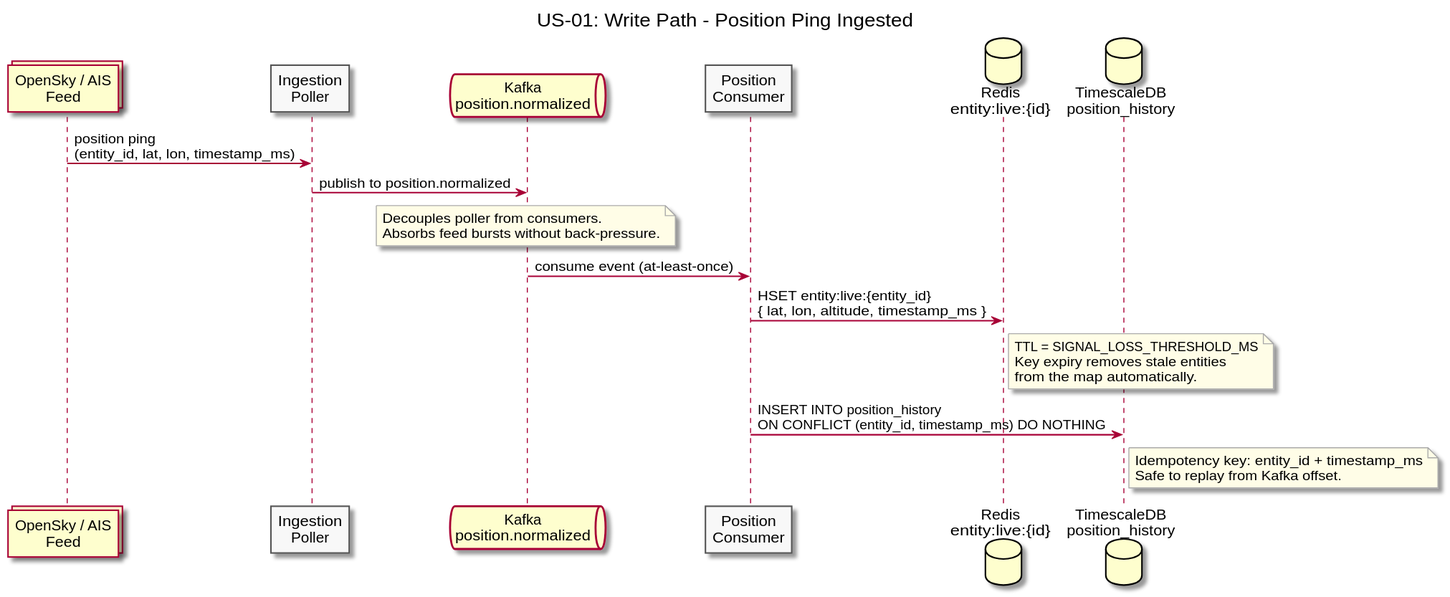
Before: diagrams/docs/use-cases/US-01-live-entity-tracking/write-path.svg, a diagram exported from PlantUML (Buffden/sentinel). The source it was exported from:
```plantuml
@startuml write-path
title US-01: Write Path - Position Ping Ingested

skinparam sequenceArrowThickness 1.5
skinparam participantBorderColor #555555
skinparam participantBackgroundColor #F8F8F8
skinparam noteBorderColor #AAAAAA
skinparam noteBackgroundColor #FFFDE7

collections "OpenSky / AIS\nFeed" as Feed
participant "Ingestion\nPoller" as Poller
queue "Kafka\nposition.normalized" as Kafka
participant "Position\nConsumer" as Consumer
database "Redis\nentity:live:{id}" as Redis
database "TimescaleDB\nposition_history" as TSDB

Feed -> Poller : position ping\n(entity_id, lat, lon, timestamp_ms)
Poller -> Kafka : publish to position.normalized

note over Kafka
  Decouples poller from consumers.
  Absorbs feed bursts without back-pressure.
end note

Kafka -> Consumer : consume event (at-least-once)

Consumer -> Redis : HSET entity:live:{entity_id}\n{ lat, lon, altitude, timestamp_ms }

note right of Redis
  TTL = SIGNAL_LOSS_THRESHOLD_MS
  Key expiry removes stale entities
  from the map automatically.
end note

Consumer -> TSDB : INSERT INTO position_history\nON CONFLICT (entity_id, timestamp_ms) DO NOTHING

note right of TSDB
  Idempotency key: entity_id + timestamp_ms
  Safe to replay from Kafka offset.
end note

@enduml
```
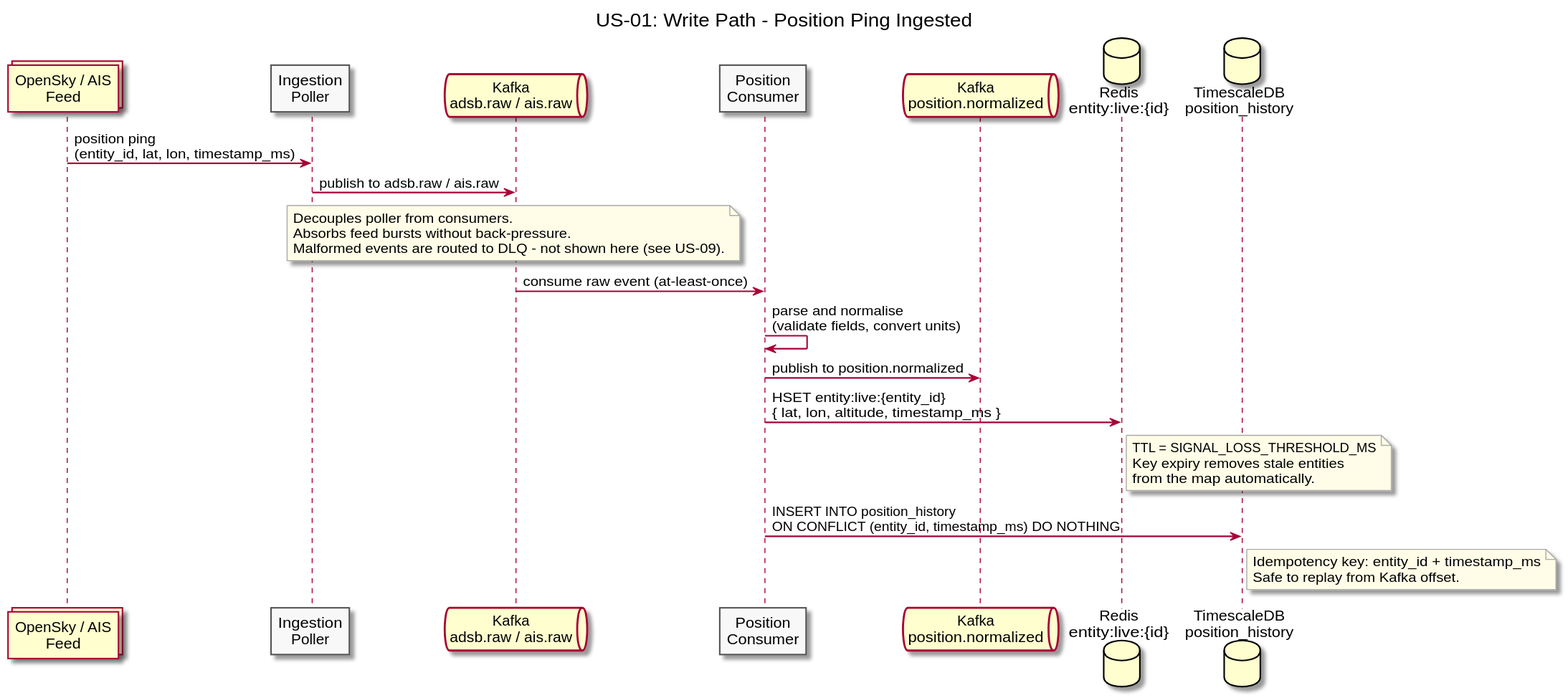
Later version of the same file.

What changed in the source:
```diff
@@ -9,20 +9,24 @@
 
 collections "OpenSky / AIS\nFeed" as Feed
 participant "Ingestion\nPoller" as Poller
-queue "Kafka\nposition.normalized" as Kafka
+queue "Kafka\nadsb.raw / ais.raw" as KafkaRaw
 participant "Position\nConsumer" as Consumer
+queue "Kafka\nposition.normalized" as KafkaNorm
 database "Redis\nentity:live:{id}" as Redis
 database "TimescaleDB\nposition_history" as TSDB
 
 Feed -> Poller : position ping\n(entity_id, lat, lon, timestamp_ms)
-Poller -> Kafka : publish to position.normalized
+Poller -> KafkaRaw : publish to adsb.raw / ais.raw
 
-note over Kafka
+note over KafkaRaw
   Decouples poller from consumers.
   Absorbs feed bursts without back-pressure.
+  Malformed events are routed to DLQ - not shown here (see US-09).
 end note
 
-Kafka -> Consumer : consume event (at-least-once)
+KafkaRaw -> Consumer : consume raw event (at-least-once)
+Consumer -> Consumer : parse and normalise\n(validate fields, convert units)
+Consumer -> KafkaNorm : publish to position.normalized
 
 Consumer -> Redis : HSET entity:live:{entity_id}\n{ lat, lon, altitude, timestamp_ms }
 
```
